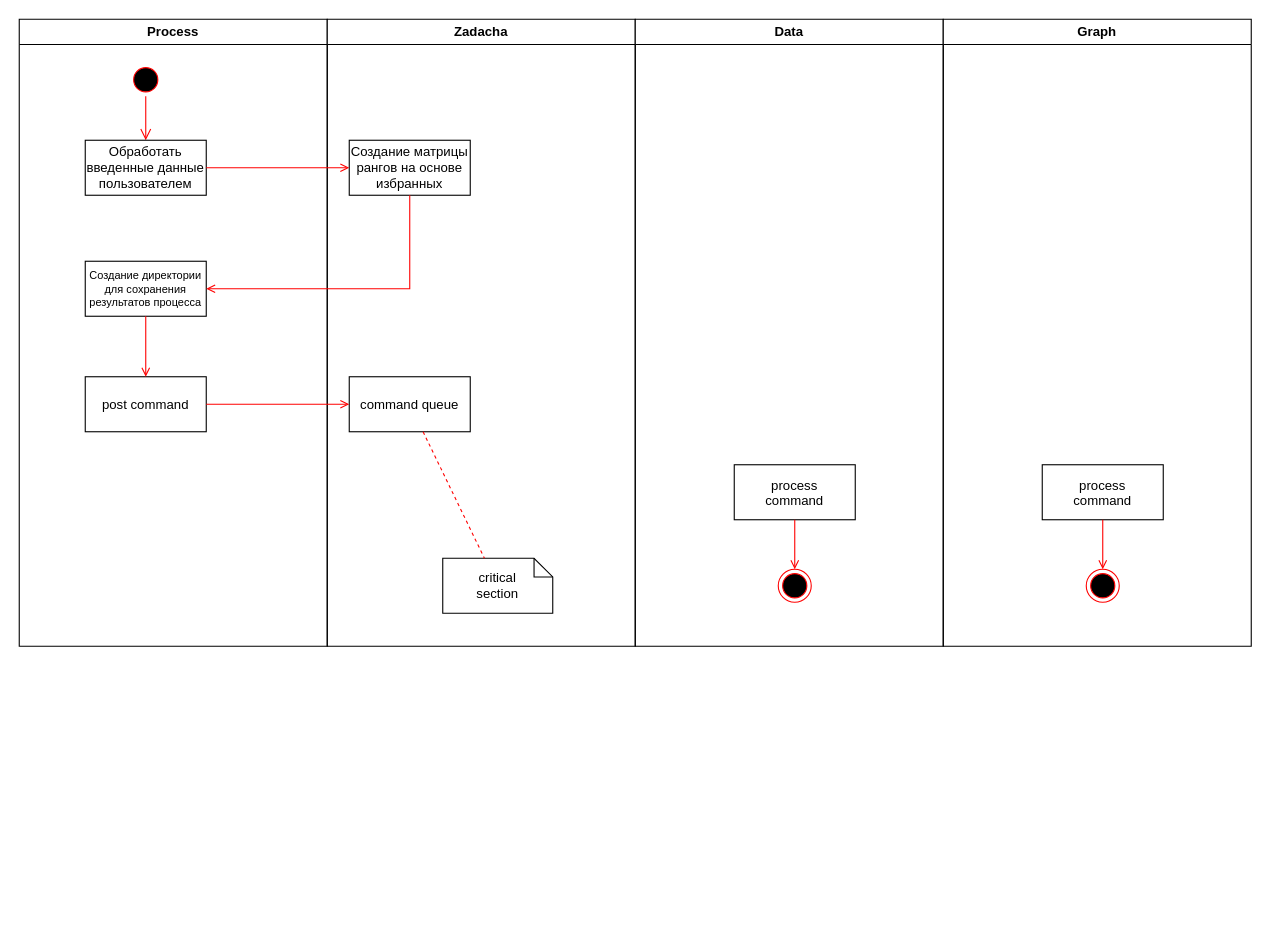
The draw.io diagram draw_io/AD.drawio in Dimj1k/Works, before the edit. Source tidied: cells renumbered, new cells numbered last; positions are measured from the earlier drawing's top-left corner, leaving out a move shared by most shapes. Both pictures are drawn from the tidied source at 110%, with x=0, y=0 at pixel (19, 19).
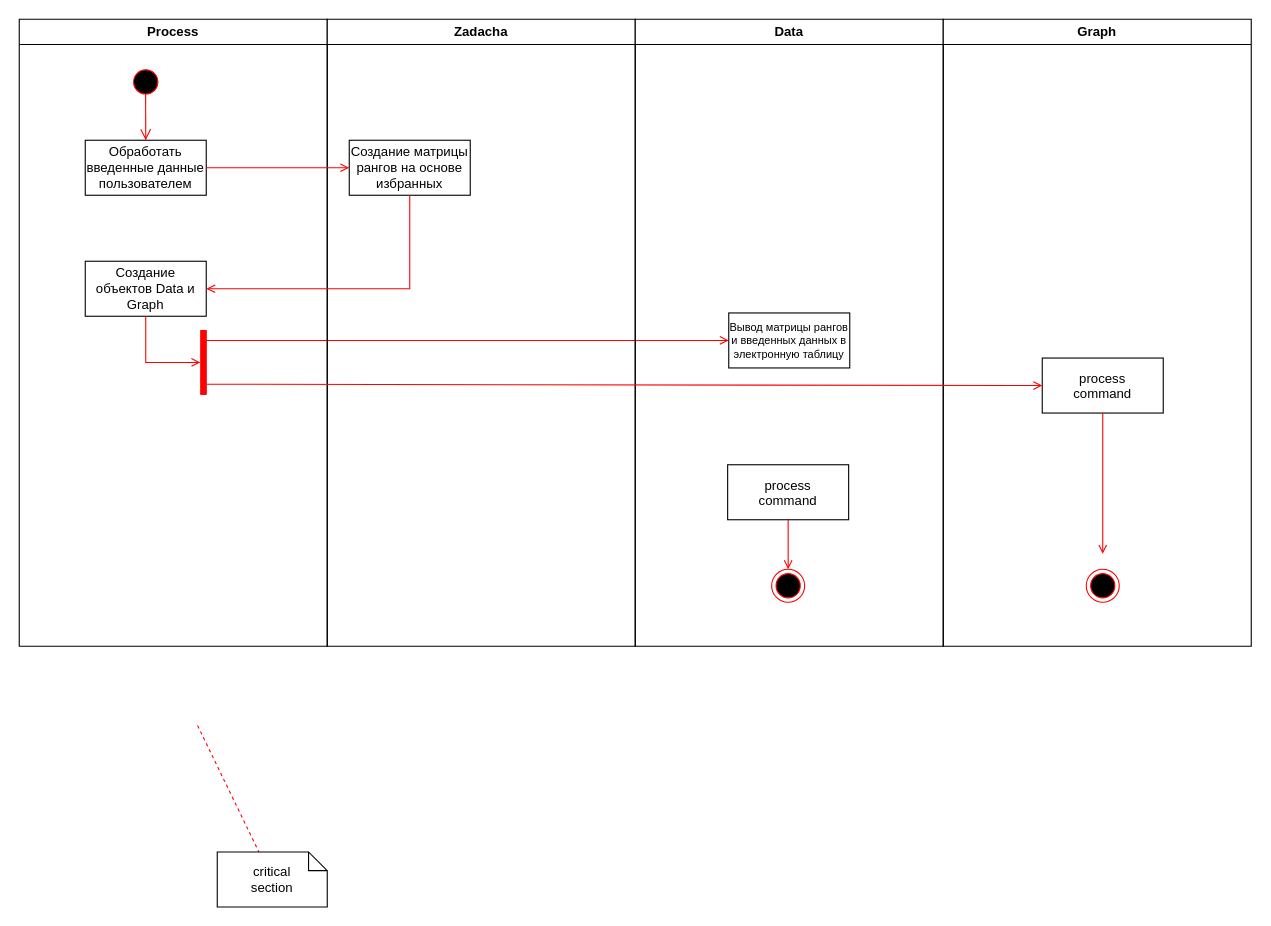
The same diagram, later.

Unchanged cells that the change refers to:
```xml
<mxCell id="2" value="Process" style="swimlane;whiteSpace=wrap;startSize=23;" parent="1" vertex="1">
  <mxGeometry width="280" height="570" as="geometry" />
</mxCell>
<mxCell id="5" value="Обработать введенные данные пользователем" style="horizontal=1;whiteSpace=wrap;" parent="2" vertex="1">
  <mxGeometry x="60" y="110" width="110" height="50" as="geometry" />
</mxCell>
<mxCell id="9" value="Zadacha" style="swimlane;whiteSpace=wrap;" parent="1" vertex="1">
  <mxGeometry x="280" width="280" height="570" as="geometry" />
</mxCell>
<mxCell id="14" value="Data" style="swimlane;whiteSpace=wrap;" parent="1" vertex="1">
  <mxGeometry x="560" width="280" height="570" as="geometry" />
</mxCell>
<mxCell id="21" value="Graph" style="swimlane;whiteSpace=wrap;" parent="1" vertex="1">
  <mxGeometry x="840" width="280" height="570" as="geometry" />
</mxCell>
<mxCell id="23" style="ellipse;shape=endState;fillColor=#000000;strokeColor=#ff0000;" parent="21" vertex="1">
  <mxGeometry x="130" y="500" width="30" height="30" as="geometry" />
</mxCell>
```

Diff of the diagram source:
```diff
@@
     <mxCell id="3" style="ellipse;shape=startState;fillColor=#000000;strokeColor=#ff0000;" parent="2" vertex="1">
-      <mxGeometry x="100" y="40" width="30" height="30" as="geometry" />
+      <mxGeometry x="100" y="42" width="30" height="30" as="geometry" />
     </mxCell>
-    <mxCell id="4" style="edgeStyle=elbowEdgeStyle;elbow=horizontal;verticalAlign=bottom;endArrow=open;endSize=8;strokeColor=#FF0000;endFill=1;rounded=0;" parent="2" edge="1" source="3" target="5">
+    <mxCell id="4" style="edgeStyle=elbowEdgeStyle;elbow=horizontal;verticalAlign=bottom;endArrow=open;endSize=8;strokeColor=#FF0000;endFill=1;rounded=0;exitX=0.496;exitY=0.863;exitDx=0;exitDy=0;exitPerimeter=0;" parent="2" edge="1" source="3" target="5">
       <mxGeometry x="100" y="40" as="geometry" />
     </mxCell>
@@
-    <mxCell id="6" value="Создание директории для сохранения результатов процесса" style="whiteSpace=wrap;fontSize=10;" parent="2" vertex="1">
+    <mxCell id="6" value="Создание объектов Data и Graph" style="whiteSpace=wrap;fontSize=12;" parent="2" vertex="1">
       <mxGeometry x="60" y="220" width="110" height="50" as="geometry" />
     </mxCell>
-    <mxCell id="7" value="post command" parent="2" vertex="1">
-      <mxGeometry x="60" y="325" width="110" height="50" as="geometry" />
-    </mxCell>
-    <mxCell id="8" style="endArrow=open;strokeColor=#FF0000;endFill=1;rounded=0;" parent="2" edge="1" source="6" target="7">
-      <mxGeometry relative="1" as="geometry" />
+    <mxCell id="8" style="endArrow=open;strokeColor=#FF0000;endFill=1;rounded=0;entryX=-0.077;entryY=0.5;entryDx=0;entryDy=0;entryPerimeter=0;" parent="2" edge="1" source="6" target="25">
+      <mxGeometry relative="1" as="geometry">
+        <Array as="points">
+          <mxPoint x="115" y="312" />
+        </Array>
+      </mxGeometry>
     </mxCell>
+    <mxCell id="25" style="html=1;points=[];perimeter=orthogonalPerimeter;fillColor=strokeColor;fontSize=16;fontColor=#ff0000;strokeColor=#ff0000;" parent="2" vertex="1">
+      <mxGeometry x="165" y="283" width="5" height="58" as="geometry" />
+    </mxCell>
+    <mxCell id="26" style="elbow=horizontal;strokeColor=#FF0000;endArrow=open;endFill=1;rounded=0;exitX=1;exitY=0.5;exitDx=0;exitDy=0;entryX=0;entryY=0.5;entryDx=0;entryDy=0;" parent="2" edge="1" target="27">
+      <mxGeometry relative="1" as="geometry">
+        <mxPoint x="170" y="292" as="sourcePoint" />
+      </mxGeometry>
+    </mxCell>
@@
-    <mxCell id="11" value="command queue" parent="9" vertex="1">
-      <mxGeometry x="20" y="325" width="110" height="50" as="geometry" />
-    </mxCell>
-    <mxCell id="12" value="critical&#10;section" style="shape=note;whiteSpace=wrap;size=17;" parent="9" vertex="1">
-      <mxGeometry x="105" y="490" width="100" height="50" as="geometry" />
-    </mxCell>
-    <mxCell id="13" style="endArrow=none;strokeColor=#FF0000;endFill=0;rounded=0;dashed=1;" parent="9" edge="1" source="11" target="12">
-      <mxGeometry relative="1" as="geometry" />
-    </mxCell>
@@
     <mxCell id="15" value="process&#10;command" parent="14" vertex="1">
-      <mxGeometry x="90" y="405" width="110" height="50" as="geometry" />
+      <mxGeometry x="84" y="405" width="110" height="50" as="geometry" />
     </mxCell>
     <mxCell id="16" style="ellipse;shape=endState;fillColor=#000000;strokeColor=#ff0000;" parent="14" vertex="1">
-      <mxGeometry x="130" y="500" width="30" height="30" as="geometry" />
+      <mxGeometry x="124" y="500" width="30" height="30" as="geometry" />
     </mxCell>
@@
-    <mxCell id="18" style="endArrow=open;strokeColor=#FF0000;endFill=1;rounded=0;" parent="1" edge="1" source="7" target="11">
-      <mxGeometry relative="1" as="geometry" />
-    </mxCell>
+    <mxCell id="27" value="Вывод матрицы рангов и введенных данных в электронную таблицу" style="whiteSpace=wrap;fontSize=10;" parent="14" vertex="1">
+      <mxGeometry x="85" y="267" width="110" height="50" as="geometry" />
+    </mxCell>
@@
     <mxCell id="22" value="process&#10;command" parent="21" vertex="1">
-      <mxGeometry x="90" y="405" width="110" height="50" as="geometry" />
+      <mxGeometry x="90" y="308" width="110" height="50" as="geometry" />
     </mxCell>
@@
-    <mxCell id="24" style="endArrow=open;strokeColor=#FF0000;endFill=1;rounded=0;" parent="21" edge="1" source="22" target="23">
-      <mxGeometry relative="1" as="geometry" />
+    <mxCell id="24" style="endArrow=open;strokeColor=#FF0000;endFill=1;rounded=0;" parent="21" edge="1" source="22">
+      <mxGeometry relative="1" as="geometry">
+        <mxPoint x="145" y="486" as="targetPoint" />
+      </mxGeometry>
     </mxCell>
+    <mxCell id="13" style="endArrow=none;strokeColor=#FF0000;endFill=0;rounded=0;dashed=1;" parent="1" edge="1" target="12">
+      <mxGeometry relative="1" as="geometry">
+        <mxPoint x="162.1" y="642" as="sourcePoint" />
+      </mxGeometry>
+    </mxCell>
+    <mxCell id="12" value="critical&#10;section" style="shape=note;whiteSpace=wrap;size=17;" parent="1" vertex="1">
+      <mxGeometry x="180" y="757" width="100" height="50" as="geometry" />
+    </mxCell>
+    <mxCell id="28" style="elbow=horizontal;strokeColor=#FF0000;endArrow=open;endFill=1;rounded=0;exitX=1.091;exitY=0.841;exitDx=0;exitDy=0;entryX=0;entryY=0.5;entryDx=0;entryDy=0;exitPerimeter=0;" parent="1" edge="1" source="25" target="22">
+      <mxGeometry relative="1" as="geometry" />
+    </mxCell>
```
